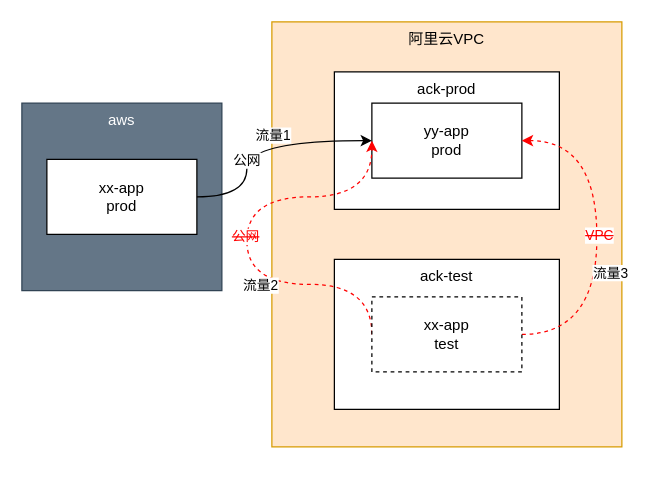
Earlier version of the draw.io diagram 腾云项目验证期间-网络隔离方案.drawio (catface996/images). Source tidied: cells renumbered, new cells numbered last; positions are measured from the earlier drawing's top-left corner, leaving out a move shared by most shapes. Both pictures are drawn from the tidied source at 125%, with x=0, y=0 at pixel (21, 21).
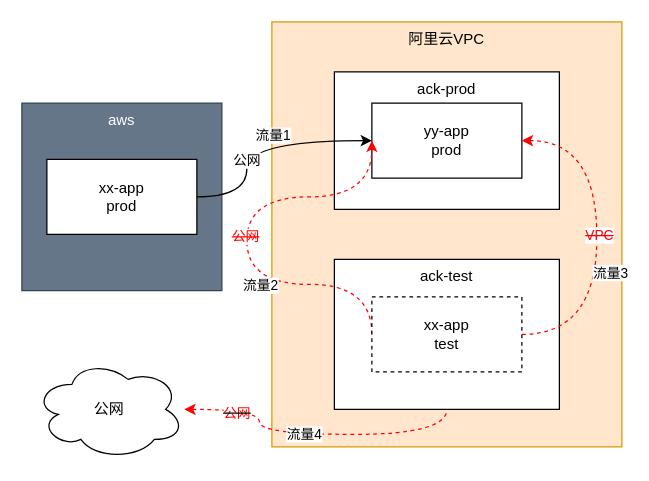
The same diagram, later.

Commit message (it also covers changes not shown here):
更新腾云项目验证期间-网络隔离方案.drawio

Unchanged cells that the change refers to:
```xml
<mxCell id="10" value="ack-test" style="rounded=0;whiteSpace=wrap;html=1;verticalAlign=top;" parent="1" vertex="1">
  <mxGeometry x="250" y="190" width="180" height="120" as="geometry" />
</mxCell>
```

Change to the diagram source:
```diff
@@
+    <mxCell id="18" style="edgeStyle=orthogonalEdgeStyle;curved=1;rounded=0;jettySize=auto;html=1;entryX=0.5;entryY=1;entryDx=0;entryDy=0;dashed=1;strokeColor=#FF0000;fontColor=#000000;startArrow=classic;startFill=1;endArrow=none;endFill=0;" parent="1" edge="1" source="21" target="10">
+      <mxGeometry relative="1" as="geometry" />
+    </mxCell>
+    <mxCell id="19" value="流量4" style="edgeLabel;html=1;align=center;verticalAlign=middle;fontColor=#000000;" parent="18" vertex="1">
+      <mxGeometry x="-0.08" y="1" relative="1" as="geometry" />
+    </mxCell>
+    <mxCell id="20" value="&lt;strike&gt;&lt;font color=&quot;#ff0000&quot;&gt;公网&lt;/font&gt;&lt;/strike&gt;" style="edgeLabel;html=1;align=center;verticalAlign=middle;fontColor=#000000;" parent="18" vertex="1">
+      <mxGeometry x="-0.67" y="-2" relative="1" as="geometry" />
+    </mxCell>
+    <mxCell id="21" value="公网" style="ellipse;shape=cloud;whiteSpace=wrap;html=1;fontColor=#000000;" parent="1" vertex="1">
+      <mxGeometry x="10" y="270" width="120" height="80" as="geometry" />
+    </mxCell>
```
